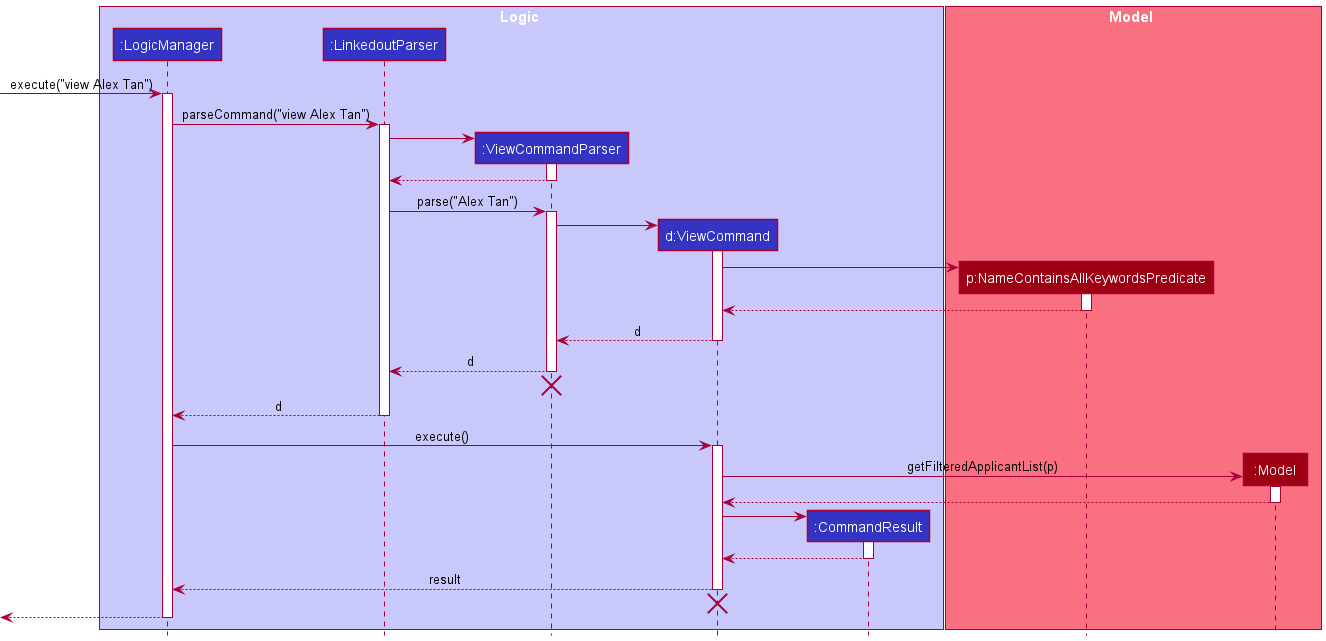
This is docs/images/ViewSequenceDiagram.png from zzhikai/tp, a PlantUML export, as it was before one commit.
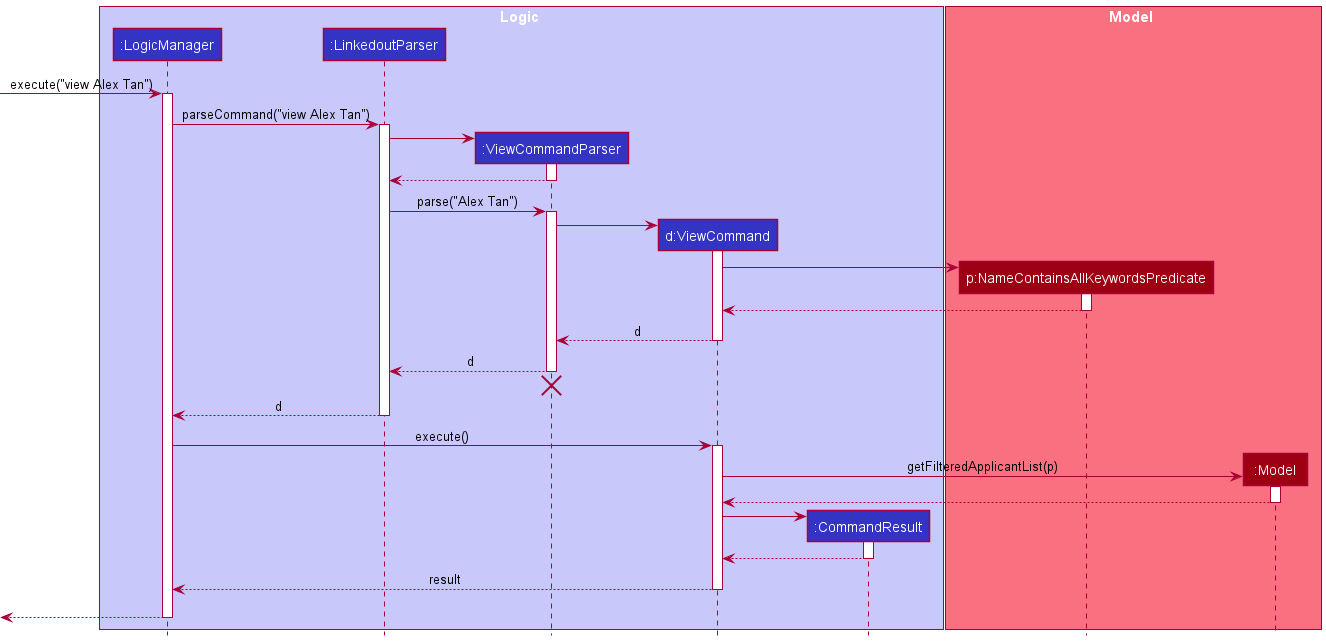
Later version of the same file.

Change to the diagram source:
```diff
@@ -72,7 +72,7 @@
 ViewCommand --> LogicManager : result
 deactivate ViewCommand
 ViewCommand -[hidden]-> LinkedoutParser
-destroy ViewCommand
+deactivate ViewCommand
 
 [<--LogicManager
 deactivate LogicManager
```
